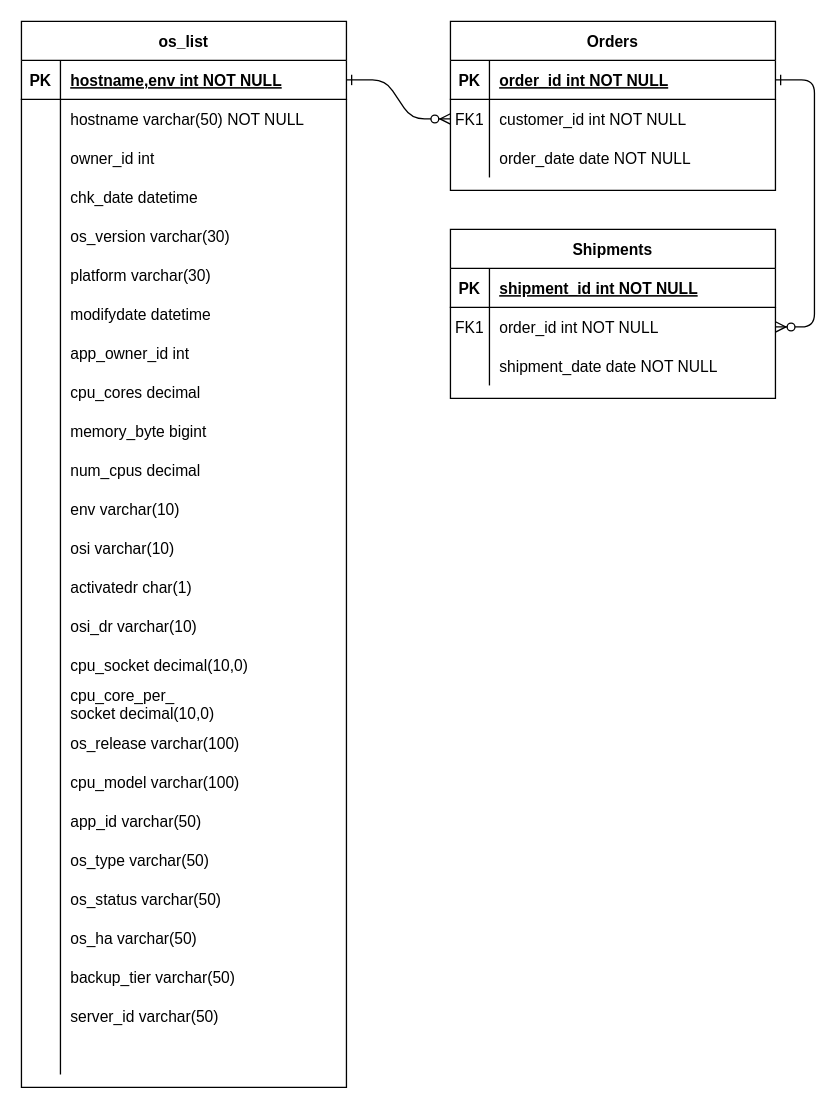
numnimjun/diagram keeps this draw.io diagram as diagram/dashb_er.drawio. Above is the earlier version. Source tidied: cells renumbered, new cells numbered last; positions are measured from the earlier drawing's top-left corner, leaving out a move shared by most shapes. Both pictures are drawn from the tidied source at 130%, with x=0, y=0 at pixel (21, 21).
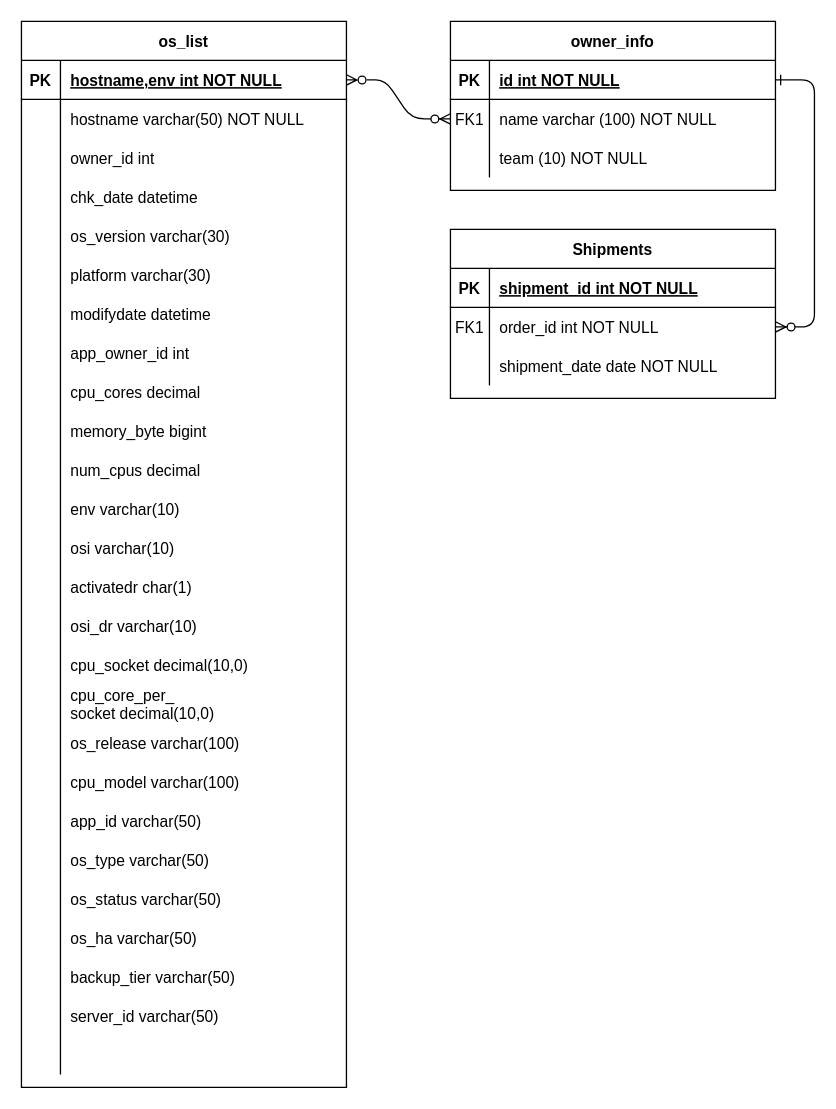
The same diagram, later.

The change refers to these unchanged cells:
```xml
<mxCell id="5" style="shape=partialRectangle;fillColor=none;points=[[0,0.5],[1,0.5]];portConstraint=eastwest;top=0;left=0;right=0;bottom=1;" parent="4" vertex="1">
  <mxGeometry y="30" width="250" height="30" as="geometry" />
</mxCell>
<mxCell id="8" style="shape=partialRectangle;fillColor=none;points=[[0,0.5],[1,0.5]];portConstraint=eastwest;top=0;left=0;right=0;bottom=0;" parent="4" vertex="1">
  <mxGeometry y="60" width="250" height="30" as="geometry" />
</mxCell>
<mxCell id="11" style="shape=partialRectangle;fillColor=none;top=0;left=0;right=0;bottom=0;" parent="4" vertex="1">
  <mxGeometry y="90" width="250" height="30" as="geometry" />
</mxCell>
<mxCell id="25" style="shape=partialRectangle;fillColor=none;points=[[0,0.5],[1,0.5]];portConstraint=eastwest;top=0;left=0;right=0;bottom=1;" parent="24" vertex="1">
  <mxGeometry y="30" width="250" height="30" as="geometry" />
</mxCell>
```

What changed in the source:
```diff
@@
-    <mxCell id="2" style="edgeStyle=entityRelationEdgeStyle;endArrow=ERzeroToMany;startArrow=ERone;endFill=1;startFill=0;" parent="1" edge="1" source="25" target="8">
+    <mxCell id="2" style="edgeStyle=entityRelationEdgeStyle;endArrow=ERzeroToMany;startArrow=ERzeroToMany;endFill=1;startFill=0;" parent="1" edge="1" source="25" target="8">
       <mxGeometry relative="1" as="geometry" />
     </mxCell>
@@
-    <mxCell id="4" value="Orders" style="shape=table;startSize=30;childLayout=tableLayout;rowLines=0;fontStyle=1;align=center;" parent="1" vertex="1">
+    <mxCell id="4" value="owner_info" style="shape=table;startSize=30;childLayout=tableLayout;rowLines=0;fontStyle=1;align=center;" parent="1" vertex="1">
       <mxGeometry x="330" width="250" height="130" as="geometry" />
     </mxCell>
@@
-    <mxCell id="7" value="order_id int NOT NULL " style="shape=partialRectangle;overflow=hidden;fillColor=none;top=0;left=0;bottom=0;right=0;align=left;spacingLeft=6;fontStyle=5;" parent="5" vertex="1">
+    <mxCell id="7" value="id int NOT NULL " style="shape=partialRectangle;overflow=hidden;fillColor=none;top=0;left=0;bottom=0;right=0;align=left;spacingLeft=6;fontStyle=5;" parent="5" vertex="1">
       <mxGeometry x="30" width="220" height="30" as="geometry" />
     </mxCell>
@@
-    <mxCell id="10" value="customer_id int NOT NULL" style="shape=partialRectangle;overflow=hidden;fillColor=none;top=0;left=0;bottom=0;right=0;align=left;spacingLeft=6;" parent="8" vertex="1">
+    <mxCell id="10" value="name varchar (100) NOT NULL" style="shape=partialRectangle;overflow=hidden;fillColor=none;top=0;left=0;bottom=0;right=0;align=left;spacingLeft=6;" parent="8" vertex="1">
       <mxGeometry x="30" width="220" height="30" as="geometry" />
     </mxCell>
@@
-    <mxCell id="13" value="order_date date NOT NULL" style="shape=partialRectangle;overflow=hidden;fillColor=none;top=0;left=0;bottom=0;right=0;align=left;spacingLeft=6;" parent="11" vertex="1">
+    <mxCell id="13" value="team (10) NOT NULL" style="shape=partialRectangle;overflow=hidden;fillColor=none;top=0;left=0;bottom=0;right=0;align=left;spacingLeft=6;" parent="11" vertex="1">
       <mxGeometry x="30" width="220" height="30" as="geometry" />
     </mxCell>
```
